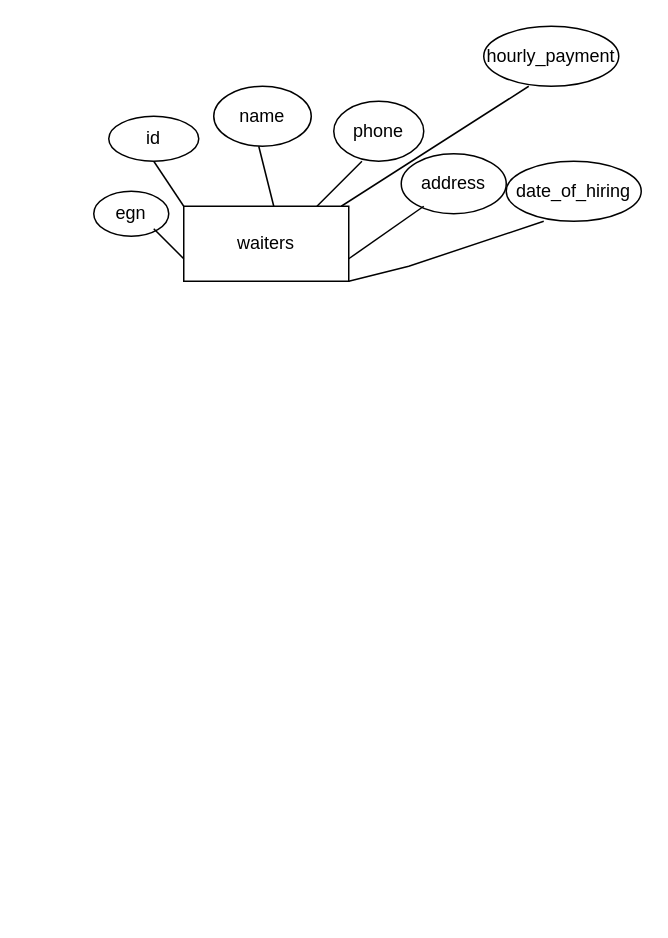
v-petrov/DBProject keeps this draw.io diagram as DBProject_ER.drawio. Above is the earlier version. Source tidied: cells renumbered, new cells numbered last; positions are measured from the earlier drawing's top-left corner, leaving out a move shared by most shapes. Both pictures are drawn from the tidied source at 150%, with x=0, y=0 at pixel (86, 26).
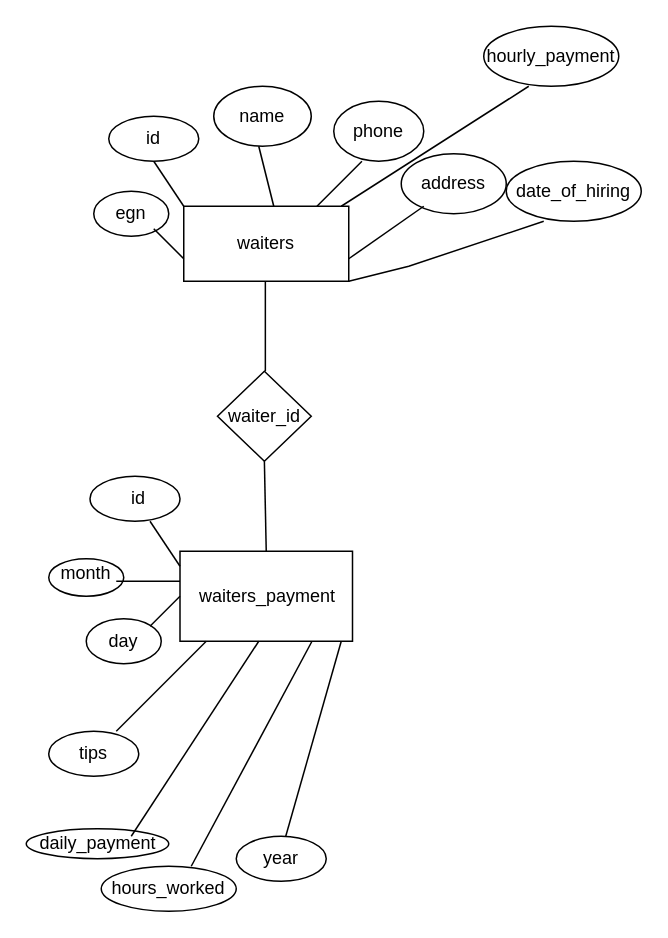
After the change.

Commit message:
waiters payment update

The edit, as a diff of the source:
```diff
@@
+    <mxCell id="25" style="rounded=0;whiteSpace=wrap;html=1;" parent="1" vertex="1">
+      <mxGeometry x="62.5" y="350" width="115" height="60" as="geometry" />
+    </mxCell>
+    <mxCell id="26" value="waiters_payment" style="text;html=1;strokeColor=none;fillColor=none;align=center;verticalAlign=middle;whiteSpace=wrap;rounded=0;" parent="1" vertex="1">
+      <mxGeometry x="90.5" y="365" width="60" height="30" as="geometry" />
+    </mxCell>
+    <mxCell id="27" style="rhombus;whiteSpace=wrap;html=1;" parent="1" vertex="1">
+      <mxGeometry x="87.5" y="230" width="62.5" height="60" as="geometry" />
+    </mxCell>
+    <mxCell id="28" value="waiter_id" style="text;html=1;strokeColor=none;fillColor=none;align=center;verticalAlign=middle;whiteSpace=wrap;rounded=0;" parent="1" vertex="1">
+      <mxGeometry x="88.8" y="245" width="60" height="30" as="geometry" />
+    </mxCell>
+    <mxCell id="29" style="endArrow=none;html=1;rounded=0;" parent="1" edge="1">
+      <mxGeometry relative="1" as="geometry">
+        <mxPoint x="119.4" y="230" as="sourcePoint" />
+        <mxPoint x="119.4" y="170" as="targetPoint" />
+      </mxGeometry>
+    </mxCell>
+    <mxCell id="30" style="endArrow=none;html=1;rounded=0;entryX=0.5;entryY=1;entryDx=0;entryDy=0;" parent="1" edge="1" target="27">
+      <mxGeometry relative="1" as="geometry">
+        <mxPoint x="120" y="350" as="sourcePoint" />
+      </mxGeometry>
+    </mxCell>
+    <mxCell id="31" style="ellipse;whiteSpace=wrap;html=1;" parent="1" vertex="1">
+      <mxGeometry x="10" y="560" width="90" height="30" as="geometry" />
+    </mxCell>
+    <mxCell id="32" style="ellipse;whiteSpace=wrap;html=1;" parent="1" vertex="1">
+      <mxGeometry x="-40" y="535" width="95" height="20" as="geometry" />
+    </mxCell>
+    <mxCell id="33" style="ellipse;whiteSpace=wrap;html=1;" parent="1" vertex="1">
+      <mxGeometry y="395" width="50" height="30" as="geometry" />
+    </mxCell>
+    <mxCell id="34" style="ellipse;whiteSpace=wrap;html=1;" parent="1" vertex="1">
+      <mxGeometry x="100" y="540" width="60" height="30" as="geometry" />
+    </mxCell>
+    <mxCell id="35" style="ellipse;whiteSpace=wrap;html=1;" parent="1" vertex="1">
+      <mxGeometry x="-25" y="355" width="50" height="25" as="geometry" />
+    </mxCell>
+    <mxCell id="36" style="ellipse;whiteSpace=wrap;html=1;" parent="1" vertex="1">
+      <mxGeometry x="-25" y="470" width="60" height="30" as="geometry" />
+    </mxCell>
+    <mxCell id="37" style="ellipse;whiteSpace=wrap;html=1;" parent="1" vertex="1">
+      <mxGeometry x="2.5" y="300" width="60" height="30" as="geometry" />
+    </mxCell>
+    <mxCell id="38" value="id" style="text;html=1;strokeColor=none;fillColor=none;align=center;verticalAlign=middle;whiteSpace=wrap;rounded=0;" parent="1" vertex="1">
+      <mxGeometry x="5" y="300" width="60" height="30" as="geometry" />
+    </mxCell>
+    <mxCell id="39" style="endArrow=none;html=1;rounded=0;" parent="1" edge="1">
+      <mxGeometry relative="1" as="geometry">
+        <mxPoint x="62.5" y="360" as="sourcePoint" />
+        <mxPoint x="42.5" y="330" as="targetPoint" />
+      </mxGeometry>
+    </mxCell>
+    <mxCell id="40" value="month&lt;br&gt;" style="text;html=1;strokeColor=none;fillColor=none;align=center;verticalAlign=middle;whiteSpace=wrap;rounded=0;" parent="1" vertex="1">
+      <mxGeometry x="-30" y="350" width="60" height="30" as="geometry" />
+    </mxCell>
+    <mxCell id="41" value="year" style="text;html=1;strokeColor=none;fillColor=none;align=center;verticalAlign=middle;whiteSpace=wrap;rounded=0;" parent="1" vertex="1">
+      <mxGeometry x="100" y="540" width="60" height="30" as="geometry" />
+    </mxCell>
+    <mxCell id="42" value="day&lt;br&gt;" style="text;html=1;strokeColor=none;fillColor=none;align=center;verticalAlign=middle;whiteSpace=wrap;rounded=0;" parent="1" vertex="1">
+      <mxGeometry x="-5" y="395" width="60" height="30" as="geometry" />
+    </mxCell>
+    <mxCell id="43" value="tips" style="text;html=1;strokeColor=none;fillColor=none;align=center;verticalAlign=middle;whiteSpace=wrap;rounded=0;" parent="1" vertex="1">
+      <mxGeometry x="-25" y="470" width="60" height="30" as="geometry" />
+    </mxCell>
+    <mxCell id="44" value="hours_worked" style="text;html=1;strokeColor=none;fillColor=none;align=center;verticalAlign=middle;whiteSpace=wrap;rounded=0;" parent="1" vertex="1">
+      <mxGeometry x="25" y="560" width="60" height="30" as="geometry" />
+    </mxCell>
+    <mxCell id="45" value="daily_payment" style="text;html=1;strokeColor=none;fillColor=none;align=center;verticalAlign=middle;whiteSpace=wrap;rounded=0;" parent="1" vertex="1">
+      <mxGeometry x="-22.5" y="530" width="60" height="30" as="geometry" />
+    </mxCell>
+    <mxCell id="46" style="endArrow=none;html=1;rounded=0;" parent="1" edge="1">
+      <mxGeometry relative="1" as="geometry">
+        <mxPoint x="42.5" y="400" as="sourcePoint" />
+        <mxPoint x="62.5" y="380" as="targetPoint" />
+      </mxGeometry>
+    </mxCell>
+    <mxCell id="47" style="endArrow=none;html=1;rounded=0;" parent="1" edge="1">
+      <mxGeometry relative="1" as="geometry">
+        <mxPoint x="20" y="470" as="sourcePoint" />
+        <mxPoint x="80" y="410" as="targetPoint" />
+      </mxGeometry>
+    </mxCell>
+    <mxCell id="48" style="endArrow=none;html=1;rounded=0;" parent="1" edge="1">
+      <mxGeometry relative="1" as="geometry">
+        <mxPoint x="30" y="540" as="sourcePoint" />
+        <mxPoint x="115" y="410" as="targetPoint" />
+      </mxGeometry>
+    </mxCell>
+    <mxCell id="49" style="endArrow=none;html=1;rounded=0;" parent="1" edge="1">
+      <mxGeometry relative="1" as="geometry">
+        <mxPoint x="133" y="540" as="sourcePoint" />
+        <mxPoint x="170" y="410" as="targetPoint" />
+      </mxGeometry>
+    </mxCell>
+    <mxCell id="50" style="endArrow=none;html=1;rounded=0;" parent="1" edge="1">
+      <mxGeometry relative="1" as="geometry">
+        <mxPoint x="70" y="560" as="sourcePoint" />
+        <mxPoint x="150.5" y="410" as="targetPoint" />
+      </mxGeometry>
+    </mxCell>
+    <mxCell id="51" style="endArrow=none;html=1;rounded=0;" parent="1" edge="1">
+      <mxGeometry relative="1" as="geometry">
+        <mxPoint x="20" y="370" as="sourcePoint" />
+        <mxPoint x="62.5" y="370" as="targetPoint" />
+      </mxGeometry>
+    </mxCell>
```
